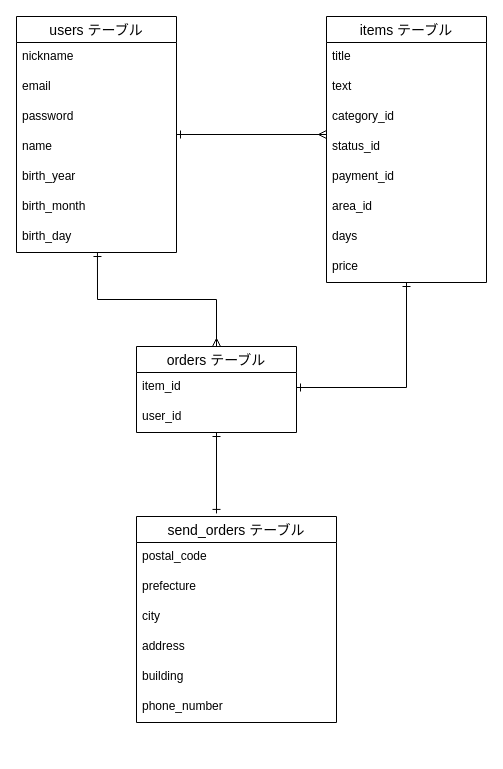
Earlier version of the draw.io diagram test.dio (ayane93sese/furima-34404). Source tidied: cells renumbered, new cells numbered last; positions are measured from the earlier drawing's top-left corner, leaving out a move shared by most shapes. Both pictures are drawn from the tidied source at 100%, with x=0, y=0 at pixel (16, 16).
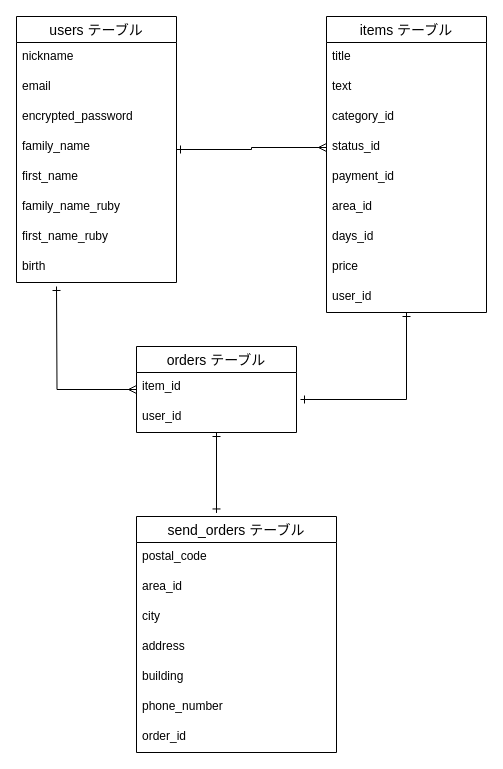
The same diagram, later.

Commit message (it also covers changes not shown here):
データベース設計2

The change refers to these unchanged cells:
```xml
<mxCell id="16" value="status_id" style="text;strokeColor=none;fillColor=none;spacingLeft=4;spacingRight=4;overflow=hidden;points=[[0,0.5],[1,0.5]];portConstraint=eastwest;fontSize=12;" parent="12" vertex="1">
  <mxGeometry y="116" width="160" height="30" as="geometry" />
</mxCell>
<mxCell id="23" value="orders テーブル" style="swimlane;fontStyle=0;horizontal=1;startSize=26;align=center;fontSize=14;" parent="1" vertex="1">
  <mxGeometry x="120" y="330" width="160" height="86" as="geometry" />
</mxCell>
<mxCell id="24" value="item_id" style="text;strokeColor=none;fillColor=none;spacingLeft=4;spacingRight=4;overflow=hidden;points=[[0,0.5],[1,0.5]];portConstraint=eastwest;fontSize=12;" parent="23" vertex="1">
  <mxGeometry y="26" width="160" height="30" as="geometry" />
</mxCell>
<mxCell id="25" value="user_id" style="text;strokeColor=none;fillColor=none;spacingLeft=4;spacingRight=4;overflow=hidden;points=[[0,0.5],[1,0.5]];portConstraint=eastwest;fontSize=12;" parent="23" vertex="1">
  <mxGeometry y="56" width="160" height="30" as="geometry" />
</mxCell>
```

The edit, as a diff of the source:
```diff
@@
-    <mxCell id="2" style="edgeStyle=orthogonalEdgeStyle;rounded=0;jettySize=auto;html=1;entryX=0;entryY=0.067;entryDx=0;entryDy=0;entryPerimeter=0;startArrow=ERone;startFill=0;endArrow=ERmany;endFill=0;" parent="1" edge="1" source="3" target="16">
+    <mxCell id="2" style="edgeStyle=orthogonalEdgeStyle;rounded=0;jettySize=auto;html=1;entryX=0;entryY=0.5;entryDx=0;entryDy=0;startArrow=ERone;startFill=0;endArrow=ERmany;endFill=0;" parent="1" edge="1" source="3" target="16">
       <mxGeometry relative="1" as="geometry" />
     </mxCell>
     <mxCell id="3" value="users テーブル" style="swimlane;fontStyle=0;horizontal=1;startSize=26;align=center;fontSize=14;" parent="1" vertex="1">
-      <mxGeometry width="160" height="236" as="geometry" />
+      <mxGeometry width="160" height="266" as="geometry" />
     </mxCell>
@@
-    <mxCell id="6" value="password" style="text;strokeColor=none;fillColor=none;spacingLeft=4;spacingRight=4;overflow=hidden;fontSize=12;" parent="3" vertex="1">
+    <mxCell id="6" value="encrypted_password" style="text;strokeColor=none;fillColor=none;spacingLeft=4;spacingRight=4;overflow=hidden;fontSize=12;" parent="3" vertex="1">
       <mxGeometry y="86" width="160" height="30" as="geometry" />
     </mxCell>
-    <mxCell id="7" value="name" style="text;strokeColor=none;fillColor=none;spacingLeft=4;spacingRight=4;overflow=hidden;fontSize=12;" parent="3" vertex="1">
+    <mxCell id="7" value="family_name" style="text;strokeColor=none;fillColor=none;spacingLeft=4;spacingRight=4;overflow=hidden;fontSize=12;" parent="3" vertex="1">
       <mxGeometry y="116" width="160" height="30" as="geometry" />
     </mxCell>
+    <mxCell id="33" value="first_name" style="text;strokeColor=none;fillColor=none;spacingLeft=4;spacingRight=4;overflow=hidden;fontSize=12;" parent="3" vertex="1">
+      <mxGeometry y="146" width="160" height="30" as="geometry" />
+    </mxCell>
+    <mxCell id="34" value="family_name_ruby" style="text;strokeColor=none;fillColor=none;spacingLeft=4;spacingRight=4;overflow=hidden;fontSize=12;" parent="3" vertex="1">
+      <mxGeometry y="176" width="160" height="30" as="geometry" />
+    </mxCell>
-    <mxCell id="8" value="birth_year" style="text;strokeColor=none;fillColor=none;spacingLeft=4;spacingRight=4;overflow=hidden;fontSize=12;" parent="3" vertex="1">
-      <mxGeometry y="146" width="160" height="30" as="geometry" />
+    <mxCell id="8" value="first_name_ruby" style="text;strokeColor=none;fillColor=none;spacingLeft=4;spacingRight=4;overflow=hidden;fontSize=12;" parent="3" vertex="1">
+      <mxGeometry y="206" width="160" height="30" as="geometry" />
     </mxCell>
-    <mxCell id="9" value="birth_month" style="text;strokeColor=none;fillColor=none;spacingLeft=4;spacingRight=4;overflow=hidden;fontSize=12;" parent="3" vertex="1">
-      <mxGeometry y="176" width="160" height="30" as="geometry" />
-    </mxCell>
-    <mxCell id="10" value="birth_day" style="text;strokeColor=none;fillColor=none;spacingLeft=4;spacingRight=4;overflow=hidden;points=[[0,0.5],[1,0.5]];portConstraint=eastwest;fontSize=12;" parent="3" vertex="1">
-      <mxGeometry y="206" width="160" height="30" as="geometry" />
-    </mxCell>
-    <mxCell id="11" style="edgeStyle=orthogonalEdgeStyle;rounded=0;jettySize=auto;html=1;entryX=1;entryY=0.5;entryDx=0;entryDy=0;startArrow=ERone;startFill=0;endArrow=ERone;endFill=0;" parent="1" edge="1" source="12" target="24">
-      <mxGeometry relative="1" as="geometry" />
-    </mxCell>
+    <mxCell id="35" value="birth" style="text;strokeColor=none;fillColor=none;spacingLeft=4;spacingRight=4;overflow=hidden;fontSize=12;" parent="3" vertex="1">
+      <mxGeometry y="236" width="160" height="30" as="geometry" />
+    </mxCell>
+    <mxCell id="36" style="edgeStyle=orthogonalEdgeStyle;rounded=0;jettySize=auto;html=1;entryX=1.025;entryY=-0.1;entryDx=0;entryDy=0;entryPerimeter=0;startArrow=ERone;startFill=0;endArrow=ERone;endFill=0;" parent="1" edge="1" source="12" target="25">
+      <mxGeometry relative="1" as="geometry" />
+    </mxCell>
     <mxCell id="12" value="items テーブル" style="swimlane;fontStyle=0;horizontal=1;startSize=26;align=center;fontSize=14;" parent="1" vertex="1">
-      <mxGeometry x="310" width="160" height="266" as="geometry" />
+      <mxGeometry x="310" width="160" height="296" as="geometry" />
     </mxCell>
@@
-    <mxCell id="19" value="days" style="text;strokeColor=none;fillColor=none;spacingLeft=4;spacingRight=4;overflow=hidden;fontSize=12;" parent="12" vertex="1">
+    <mxCell id="19" value="days_id" style="text;strokeColor=none;fillColor=none;spacingLeft=4;spacingRight=4;overflow=hidden;fontSize=12;" parent="12" vertex="1">
       <mxGeometry y="206" width="160" height="30" as="geometry" />
     </mxCell>
@@
-    <mxCell id="21" style="edgeStyle=orthogonalEdgeStyle;rounded=0;jettySize=auto;html=1;entryX=0.506;entryY=1;entryDx=0;entryDy=0;entryPerimeter=0;startArrow=ERmany;startFill=0;endArrow=ERone;endFill=0;" parent="1" edge="1" source="23" target="10">
-      <mxGeometry relative="1" as="geometry" />
-    </mxCell>
+    <mxCell id="37" value="user_id" style="text;strokeColor=none;fillColor=none;spacingLeft=4;spacingRight=4;overflow=hidden;fontSize=12;" parent="12" vertex="1">
+      <mxGeometry y="266" width="160" height="30" as="geometry" />
+    </mxCell>
@@
+    <mxCell id="38" style="edgeStyle=orthogonalEdgeStyle;rounded=0;jettySize=auto;html=1;startArrow=ERmany;startFill=0;endArrow=ERone;endFill=0;" parent="1" edge="1" source="23">
+      <mxGeometry relative="1" as="geometry">
+        <mxPoint x="40" y="270" as="targetPoint" />
+      </mxGeometry>
+    </mxCell>
@@
     <mxCell id="26" value="send_orders テーブル" style="swimlane;fontStyle=0;horizontal=1;startSize=26;align=center;fontSize=14;" parent="1" vertex="1">
-      <mxGeometry x="120" y="500" width="200" height="206" as="geometry" />
+      <mxGeometry x="120" y="500" width="200" height="236" as="geometry" />
     </mxCell>
@@
-    <mxCell id="28" value="prefecture" style="text;strokeColor=none;fillColor=none;spacingLeft=4;spacingRight=4;overflow=hidden;fontSize=12;" parent="26" vertex="1">
+    <mxCell id="28" value="area_id" style="text;strokeColor=none;fillColor=none;spacingLeft=4;spacingRight=4;overflow=hidden;fontSize=12;" parent="26" vertex="1">
       <mxGeometry y="56" width="200" height="30" as="geometry" />
     </mxCell>
@@
+    <mxCell id="39" value="order_id" style="text;strokeColor=none;fillColor=none;spacingLeft=4;spacingRight=4;overflow=hidden;fontSize=12;" parent="26" vertex="1">
+      <mxGeometry y="206" width="200" height="30" as="geometry" />
+    </mxCell>
```
